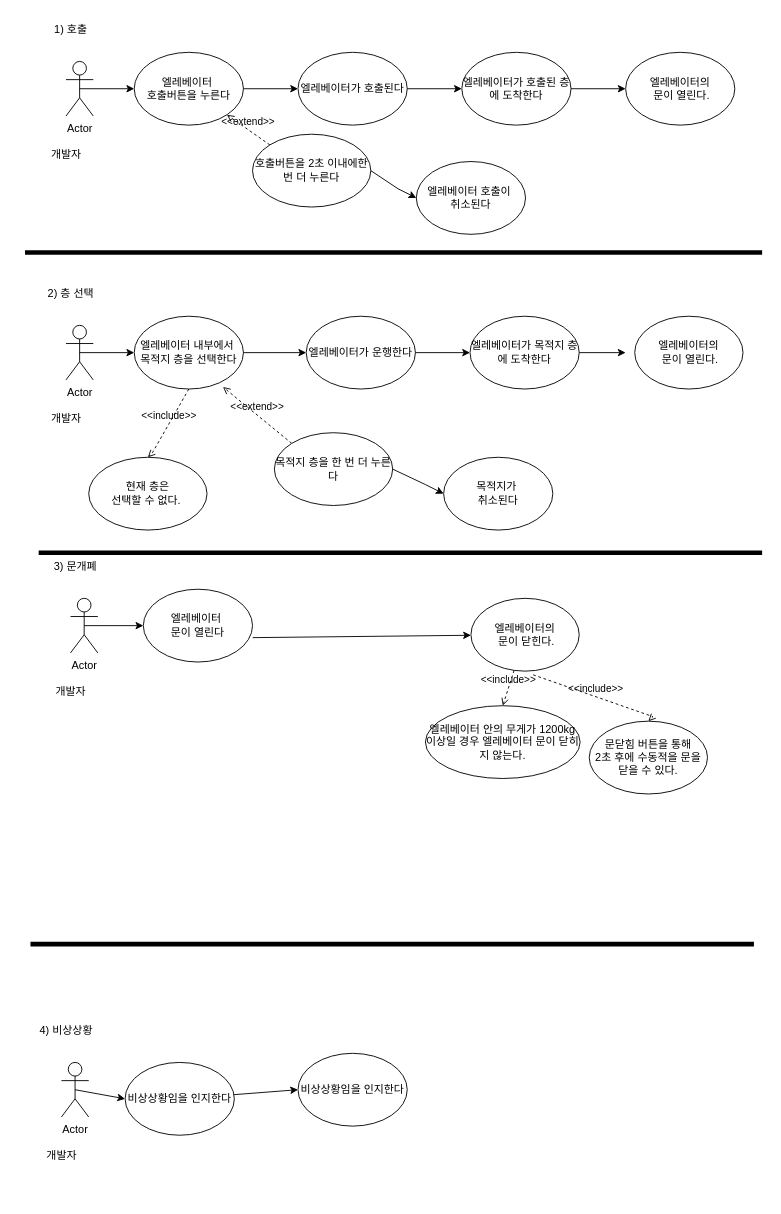
Earlier version of the draw.io diagram page "페이지-2" (2 of 2) of sdf.drawio (doit0/usecase-diagram). Source tidied: cells renumbered, new cells numbered last; positions are measured from the earlier drawing's top-left corner, leaving out a move shared by most shapes. Both pictures are drawn from the tidied source at 91%, with x=0, y=0 at pixel (25, 15).
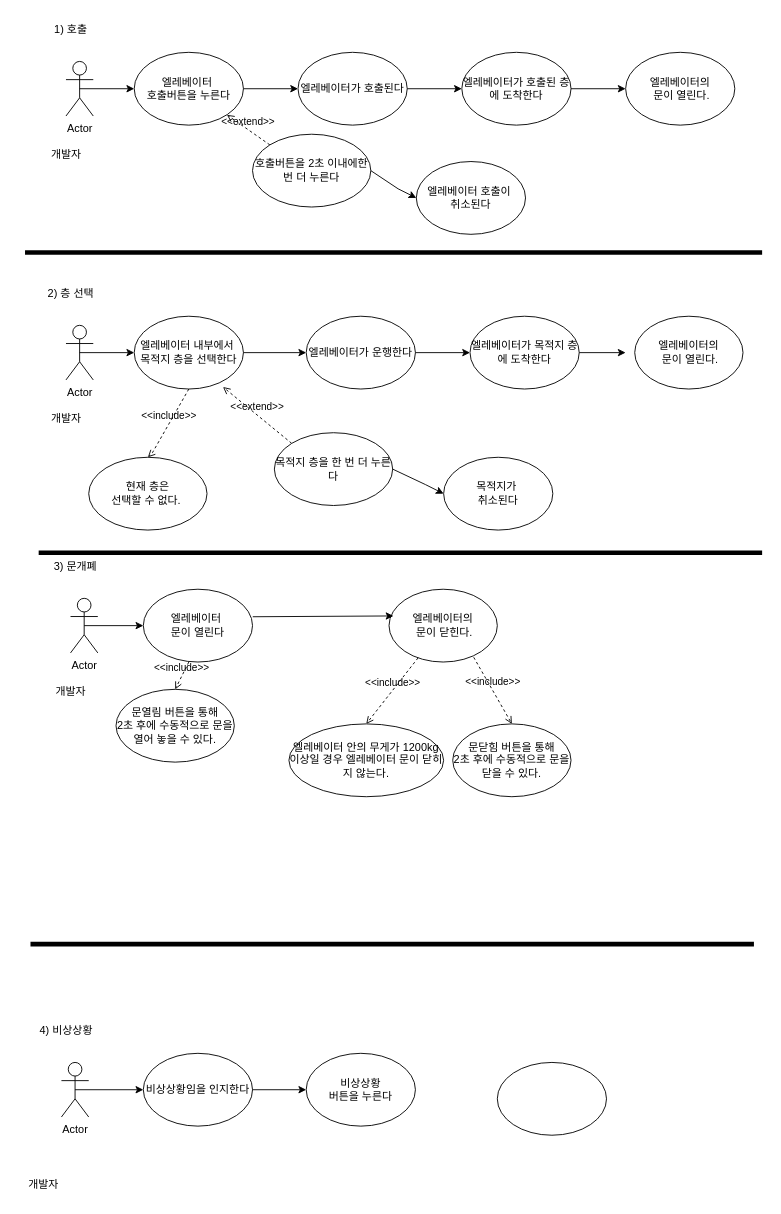
Above is the later version.

Unchanged cells that the change refers to:
```xml
<mxCell id="28" value="엘레베이터&amp;nbsp;&lt;br&gt;문이 열린다" style="ellipse;whiteSpace=wrap;html=1;" parent="1" vertex="1">
  <mxGeometry x="130" y="630" width="120" height="80" as="geometry" />
</mxCell>
```

Diff of the diagram source:
```diff
@@
     <mxCell id="4" value="개발자" style="text;html=1;align=center;verticalAlign=middle;strokeColor=none;fillColor=none;" parent="1" vertex="1">
-      <mxGeometry x="10" y="1238" width="60" height="30" as="geometry" />
+      <mxGeometry x="-10" y="1270" width="60" height="30" as="geometry" />
     </mxCell>
@@
     <mxCell id="30" value="비상상황임을 인지한다" style="ellipse;whiteSpace=wrap;html=1;" parent="1" vertex="1">
-      <mxGeometry x="110" y="1150" width="120" height="80" as="geometry" />
+      <mxGeometry x="130" y="1140" width="120" height="80" as="geometry" />
     </mxCell>
@@
     <mxCell id="46" value="엘레베이터의&lt;br&gt;&amp;nbsp;문이 닫힌다." style="ellipse;whiteSpace=wrap;html=1;" parent="1" vertex="1">
-      <mxGeometry x="490" y="640" width="119" height="80" as="geometry" />
+      <mxGeometry x="400" y="630" width="119" height="80" as="geometry" />
     </mxCell>
-    <mxCell id="47" style="endArrow=classic;html=1;rounded=0;exitX=1.002;exitY=0.665;exitDx=0;exitDy=0;exitPerimeter=0;" parent="1" edge="1" source="28" target="46">
+    <mxCell id="47" style="endArrow=classic;html=1;rounded=0;exitX=1.002;exitY=0.378;exitDx=0;exitDy=0;exitPerimeter=0;entryX=0.041;entryY=0.367;entryDx=0;entryDy=0;entryPerimeter=0;" parent="1" edge="1" source="28" target="46">
       <mxGeometry relative="1" as="geometry" />
     </mxCell>
@@
     <mxCell id="49" value="엘레베이터 안의 무게가 1200kg 이상일 경우 엘레베이터 문이 닫히지 않는다." style="ellipse;whiteSpace=wrap;html=1;" parent="1" vertex="1">
-      <mxGeometry x="440" y="758" width="170" height="80" as="geometry" />
+      <mxGeometry x="290" y="778" width="170" height="80" as="geometry" />
     </mxCell>
@@
-    <mxCell id="51" value="&amp;lt;&amp;lt;include&amp;gt;&amp;gt;" style="html=1;verticalAlign=bottom;labelBackgroundColor=none;endArrow=open;endFill=0;dashed=1;rounded=0;exitX=0.575;exitY=1.051;exitDx=0;exitDy=0;entryX=0.5;entryY=0;entryDx=0;entryDy=0;exitPerimeter=0;" parent="1" edge="1" source="46" target="52">
-      <mxGeometry relative="1" as="geometry">
-        <Array as="points">
-          <mxPoint x="690" y="770" />
-        </Array>
-      </mxGeometry>
+    <mxCell id="51" value="&amp;lt;&amp;lt;include&amp;gt;&amp;gt;" style="html=1;verticalAlign=bottom;labelBackgroundColor=none;endArrow=open;endFill=0;dashed=1;rounded=0;exitX=0.782;exitY=0.935;exitDx=0;exitDy=0;entryX=0.5;entryY=0;entryDx=0;entryDy=0;exitPerimeter=0;" parent="1" edge="1" source="46" target="52">
+      <mxGeometry relative="1" as="geometry" />
     </mxCell>
-    <mxCell id="52" value="문닫힘 버튼을 통해&lt;br&gt;2초 후에 수동적을 문을 닫을 수 있다." style="ellipse;whiteSpace=wrap;html=1;" parent="1" vertex="1">
-      <mxGeometry x="620" y="775" width="130" height="80" as="geometry" />
+    <mxCell id="52" value="문닫힘 버튼을 통해&lt;br&gt;2초 후에 수동적으로 문을 닫을 수 있다." style="ellipse;whiteSpace=wrap;html=1;" parent="1" vertex="1">
+      <mxGeometry x="470" y="778" width="130" height="80" as="geometry" />
     </mxCell>
-    <mxCell id="53" value="비상상황임을 인지한다" style="ellipse;whiteSpace=wrap;html=1;" parent="1" vertex="1">
-      <mxGeometry x="300" y="1140" width="120" height="80" as="geometry" />
+    <mxCell id="53" value="비상상황&lt;br&gt;버튼을 누른다" style="ellipse;whiteSpace=wrap;html=1;" parent="1" vertex="1">
+      <mxGeometry x="309" y="1140" width="120" height="80" as="geometry" />
     </mxCell>
@@
+    <mxCell id="55" value="&amp;lt;&amp;lt;include&amp;gt;&amp;gt;" style="html=1;verticalAlign=bottom;labelBackgroundColor=none;endArrow=open;endFill=0;dashed=1;rounded=0;exitX=0.575;exitY=1.051;exitDx=0;exitDy=0;entryX=0.5;entryY=0;entryDx=0;entryDy=0;exitPerimeter=0;" parent="1" edge="1" target="56">
+      <mxGeometry relative="1" as="geometry">
+        <mxPoint x="180" y="710" as="sourcePoint" />
+      </mxGeometry>
+    </mxCell>
+    <mxCell id="56" value="문열림 버튼을 통해&lt;br&gt;2초 후에 수동적으로 문을 열어 놓을 수 있다." style="ellipse;whiteSpace=wrap;html=1;" parent="1" vertex="1">
+      <mxGeometry x="100" y="740" width="130" height="80" as="geometry" />
+    </mxCell>
+    <mxCell id="57" style="ellipse;whiteSpace=wrap;html=1;" parent="1" vertex="1">
+      <mxGeometry x="519" y="1150" width="120" height="80" as="geometry" />
+    </mxCell>
```
